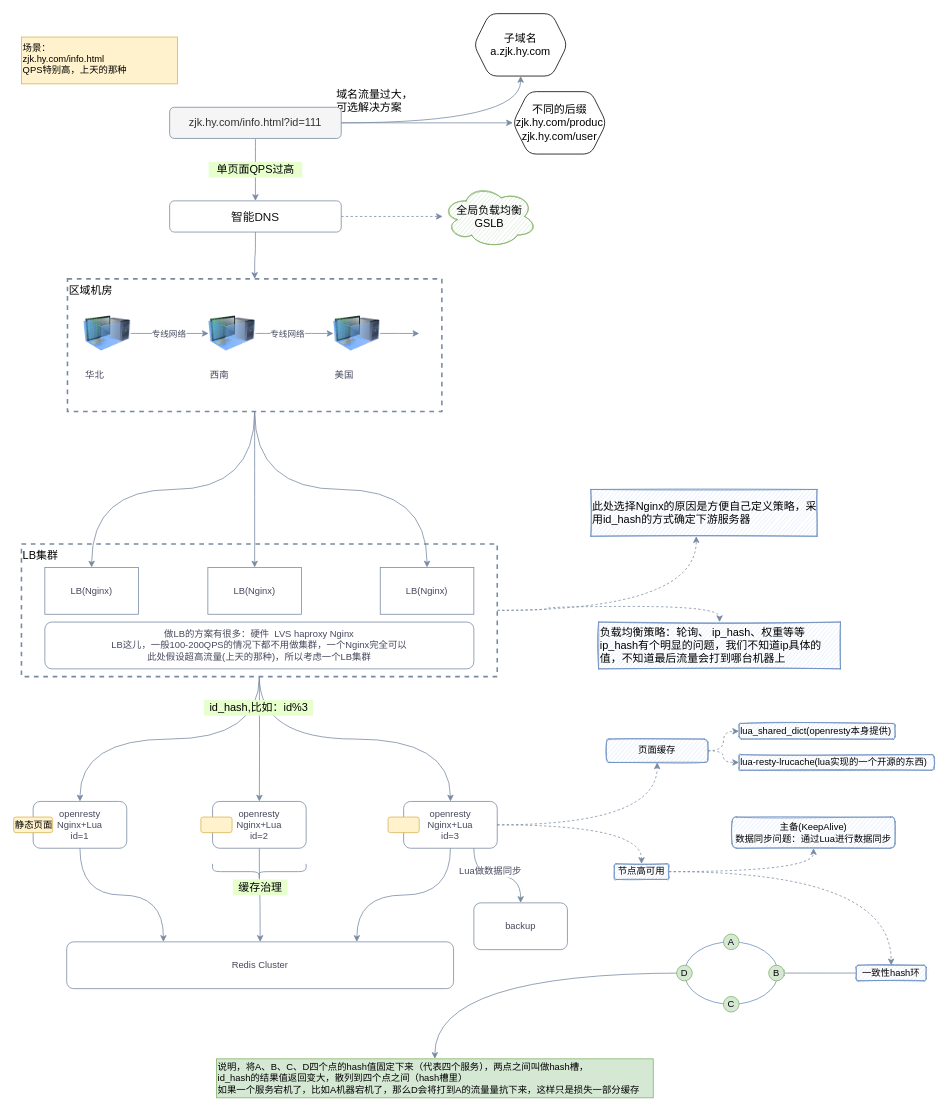
Before: notes/architecture/res/高QPS架构.drawio in zhangjukai/Go-Gad, a draw.io diagram. Source tidied: cells renumbered, new cells numbered last; positions are measured from the earlier drawing's top-left corner, leaving out a move shared by most shapes. Both pictures are drawn from the tidied source at 78%, with x=0, y=0 at pixel (13, 13).
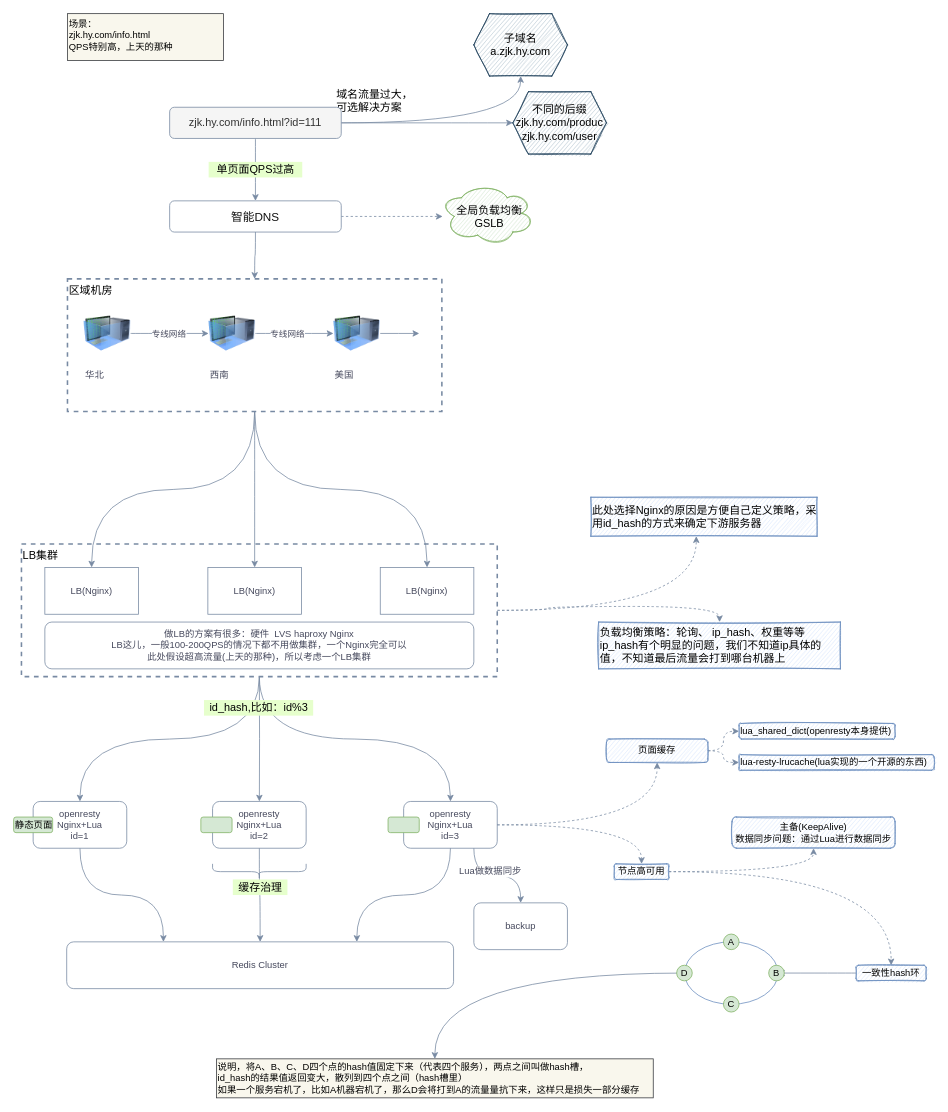
The same page after the edit.

Commit message:
修改架构图

Change to the diagram source:
```diff
@@
-    <mxCell id="5" value="场景：&lt;br&gt;zjk.hy.com/info.html&lt;br&gt;QPS特别高，上天的那种" style="rounded=0;whiteSpace=wrap;html=1;align=left;verticalAlign=top;fillColor=#fff2cc;strokeColor=#d6b656;" parent="1" vertex="1">
-      <mxGeometry x="10" y="30" width="200" height="60" as="geometry" />
+    <mxCell id="5" value="场景：&lt;br&gt;zjk.hy.com/info.html&lt;br&gt;QPS特别高，上天的那种" style="rounded=0;whiteSpace=wrap;html=1;align=left;verticalAlign=top;fillColor=#f9f7ed;strokeColor=#36393d;" parent="1" vertex="1">
+      <mxGeometry x="69" width="200" height="60" as="geometry" />
     </mxCell>
@@
-    <mxCell id="11" value="子域名&lt;br&gt;a.zjk.hy.com" style="shape=hexagon;perimeter=hexagonPerimeter2;whiteSpace=wrap;html=1;fixedSize=1;rounded=1;fontSize=14;" parent="1" vertex="1">
+    <mxCell id="11" value="子域名&lt;br&gt;a.zjk.hy.com" style="shape=hexagon;perimeter=hexagonPerimeter2;whiteSpace=wrap;html=1;fixedSize=1;rounded=0;fontSize=14;shadow=0;sketch=1;fillColor=#bac8d3;strokeColor=#23445d;" parent="1" vertex="1">
       <mxGeometry x="590" width="120" height="80" as="geometry" />
     </mxCell>
-    <mxCell id="12" value="不同的后缀&lt;br&gt;zjk.hy.com/produc&lt;br&gt;zjk.hy.com/user" style="shape=hexagon;perimeter=hexagonPerimeter2;whiteSpace=wrap;html=1;fixedSize=1;rounded=1;fontSize=14;" parent="1" vertex="1">
+    <mxCell id="12" value="不同的后缀&lt;br&gt;zjk.hy.com/produc&lt;br&gt;zjk.hy.com/user" style="shape=hexagon;perimeter=hexagonPerimeter2;whiteSpace=wrap;html=1;fixedSize=1;rounded=0;fontSize=14;fillColor=#bac8d3;strokeColor=#23445d;sketch=1;" parent="1" vertex="1">
       <mxGeometry x="640" y="100" width="120" height="80" as="geometry" />
     </mxCell>
@@
-    <mxCell id="18" value="全局负载均衡&lt;br&gt;GSLB" style="ellipse;shape=cloud;whiteSpace=wrap;html=1;rounded=1;fontSize=14;fontStyle=0;sketch=1;fillColor=#d5e8d4;strokeColor=#82b366;" parent="1" vertex="1">
+    <mxCell id="18" value="全局负载均衡&lt;br&gt;GSLB" style="ellipse;shape=cloud;whiteSpace=wrap;html=1;rounded=1;fontSize=14;fontStyle=0;sketch=1;fillColor=#d5e8d4;strokeColor=#82b366;flipV=1;flipH=1;" parent="1" vertex="1">
       <mxGeometry x="550" y="220" width="120" height="80" as="geometry" />
     </mxCell>
@@
-    <mxCell id="21" value="LB(Nginx)" style="rounded=0;whiteSpace=wrap;html=1;sketch=0;strokeColor=#788AA3;fontColor=#46495D;fillColor=none;" parent="1" vertex="1">
+    <mxCell id="21" value="LB(Nginx)" style="rounded=0;whiteSpace=wrap;html=1;sketch=0;fontColor=#46495D;fillColor=none;strokeColor=#788AA3;" parent="1" vertex="1">
       <mxGeometry x="470" y="710" width="120" height="60" as="geometry" />
     </mxCell>
@@
-    <mxCell id="25" value="此处选择Nginx的原因是方便自己定义策略，采用id_hash的方式确定下游服务器" style="whiteSpace=wrap;html=1;rounded=0;fontSize=14;fontStyle=0;verticalAlign=middle;strokeColor=#6c8ebf;strokeWidth=1;sketch=1;fillColor=#dae8fc;align=left;" parent="1" vertex="1">
-      <mxGeometry x="740" y="610" width="290" height="60" as="geometry" />
+    <mxCell id="25" value="此处选择Nginx的原因是方便自己定义策略，采用id_hash的方式来确定下游服务器" style="whiteSpace=wrap;html=1;rounded=0;fontSize=14;fontStyle=0;verticalAlign=middle;strokeColor=#6c8ebf;strokeWidth=1;sketch=1;fillColor=#dae8fc;align=left;" parent="1" vertex="1">
+      <mxGeometry x="740" y="620" width="290" height="50" as="geometry" />
     </mxCell>
-    <mxCell id="26" value="区域机房" style="whiteSpace=wrap;html=1;rounded=0;fontSize=14;fontStyle=0;strokeColor=#788AA3;dashed=1;strokeWidth=2;align=left;verticalAlign=top;" parent="1" vertex="1">
+    <mxCell id="26" value="区域机房" style="whiteSpace=wrap;html=1;rounded=0;fontSize=14;fontStyle=0;dashed=1;strokeWidth=2;align=left;verticalAlign=top;strokeColor=#788AA3;" parent="1" vertex="1">
       <mxGeometry x="69" y="340" width="480" height="170" as="geometry" />
     </mxCell>
@@
-    <mxCell id="60" value="静态页面" style="rounded=1;whiteSpace=wrap;html=1;sketch=0;strokeColor=#d6b656;strokeWidth=1;fillColor=#fff2cc;fontSize=12;align=left;" parent="1" vertex="1">
+    <mxCell id="60" value="静态页面" style="rounded=1;whiteSpace=wrap;html=1;sketch=0;strokeColor=#82b366;strokeWidth=1;fillColor=#d5e8d4;fontSize=12;align=left;" parent="1" vertex="1">
       <mxGeometry y="1030" width="50" height="20" as="geometry" />
     </mxCell>
-    <mxCell id="61" style="rounded=1;whiteSpace=wrap;html=1;sketch=0;strokeColor=#d6b656;strokeWidth=1;fillColor=#fff2cc;fontSize=12;align=left;" parent="1" vertex="1">
+    <mxCell id="61" style="rounded=1;whiteSpace=wrap;html=1;sketch=0;strokeColor=#82b366;strokeWidth=1;fillColor=#d5e8d4;fontSize=12;align=left;" parent="1" vertex="1">
       <mxGeometry x="240" y="1030" width="40" height="20" as="geometry" />
     </mxCell>
-    <mxCell id="62" style="rounded=1;whiteSpace=wrap;html=1;sketch=0;strokeColor=#d6b656;strokeWidth=1;fillColor=#fff2cc;fontSize=12;align=left;" parent="1" vertex="1">
+    <mxCell id="62" style="rounded=1;whiteSpace=wrap;html=1;sketch=0;strokeColor=#82b366;strokeWidth=1;fillColor=#d5e8d4;fontSize=12;align=left;" parent="1" vertex="1">
       <mxGeometry x="480" y="1030" width="40" height="20" as="geometry" />
     </mxCell>
@@
-    <mxCell id="74" value="&lt;span style=&quot;color: rgb(0 , 0 , 0)&quot;&gt;说明，将A、B、C、D四个点的hash值固定下来（代表四个服务），两点之间叫做hash槽，&lt;br&gt;id_hash的结果值返回变大，散列到四个点之间（hash槽里）&lt;br&gt;如果一个服务宕机了，比如A机器宕机了，那么D会将打到A的流量量抗下来，这样只是损失一部分缓存&lt;br&gt;&lt;/span&gt;" style="text;html=1;align=left;verticalAlign=middle;points=[];fontSize=12;fillColor=#d5e8d4;strokeColor=#82b366;" parent="1" vertex="1">
+    <mxCell id="74" value="&lt;span style=&quot;color: rgb(0 , 0 , 0)&quot;&gt;说明，将A、B、C、D四个点的hash值固定下来（代表四个服务），两点之间叫做hash槽，&lt;br&gt;id_hash的结果值返回变大，散列到四个点之间（hash槽里）&lt;br&gt;如果一个服务宕机了，比如A机器宕机了，那么D会将打到A的流量量抗下来，这样只是损失一部分缓存&lt;br&gt;&lt;/span&gt;" style="text;html=1;align=left;verticalAlign=middle;points=[];fontSize=12;fillColor=#f9f7ed;strokeColor=#36393d;sketch=0;" parent="1" vertex="1">
       <mxGeometry x="260" y="1340" width="560" height="50" as="geometry" />
     </mxCell>
```
